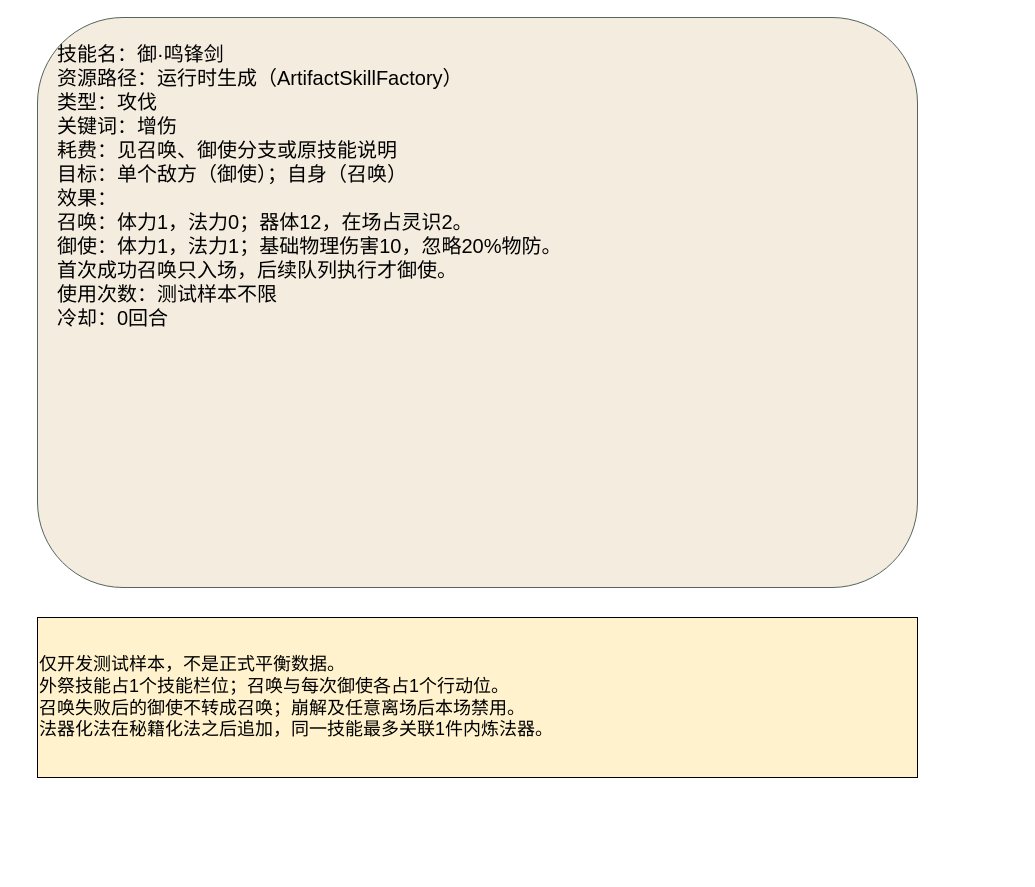
Earlier version of the draw.io diagram page "御·鸣锋剑" (1 of 2) of docs/卡牌词典/法器测试/御鸣锋剑.drawio (ankundanetracyc-spec/tian-guan-you-du). Source tidied: cells renumbered, new cells numbered last; positions are measured from the earlier drawing's top-left corner, leaving out a move shared by most shapes. Both pictures are drawn from the tidied source at 100%, with x=0, y=0 at pixel (37, 17).
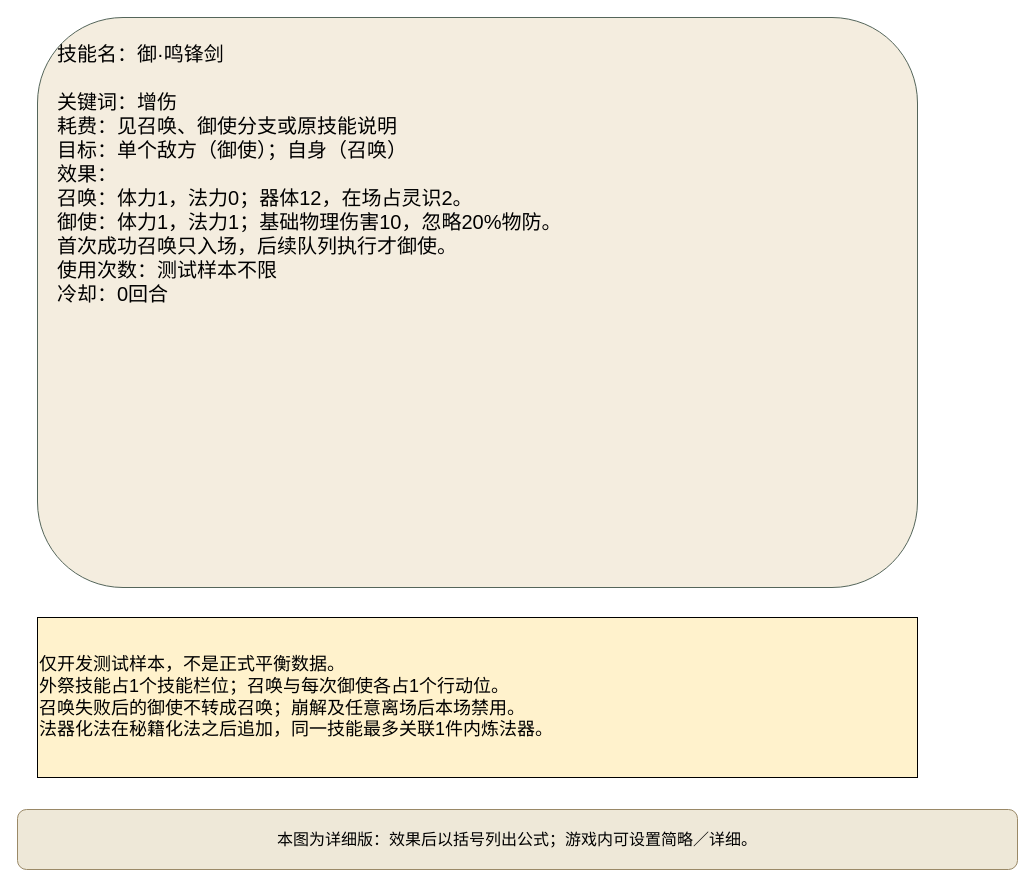
Above is the later version.

The edit, as a diff of the source:
```diff
@@
 <mxGraphModel>
   <root>
     <mxCell id="0" />
     <mxCell id="1" parent="0" />
-    <mxCell id="2" value="技能名：御·鸣锋剑&#10;资源路径：运行时生成（ArtifactSkillFactory）&#10;类型：攻伐&#10;关键词：增伤&#10;耗费：见召唤、御使分支或原技能说明&#10;目标：单个敌方（御使）；自身（召唤）&#10;效果：&#10;召唤：体力1，法力0；器体12，在场占灵识2。&#10;御使：体力1，法力1；基础物理伤害10，忽略20%物防。&#10;首次成功召唤只入场，后续队列执行才御使。&#10;使用次数：测试样本不限&#10;冷却：0回合" style="rounded=1;whiteSpace=wrap;html=0;align=left;verticalAlign=top;spacing=20;fontSize=20;fillColor=#f4eddf;strokeColor=#54655a;" parent="1" vertex="1">
+    <mxCell id="2" value="技能名：御·鸣锋剑&#10;&#10;关键词：增伤&#10;耗费：见召唤、御使分支或原技能说明&#10;目标：单个敌方（御使）；自身（召唤）&#10;效果：&#10;召唤：体力1，法力0；器体12，在场占灵识2。&#10;御使：体力1，法力1；基础物理伤害10，忽略20%物防。&#10;首次成功召唤只入场，后续队列执行才御使。&#10;使用次数：测试样本不限&#10;冷却：0回合" style="rounded=1;whiteSpace=wrap;html=0;align=left;verticalAlign=top;spacing=20;fontSize=20;fillColor=#f4eddf;strokeColor=#54655a;" parent="1" vertex="1">
       <mxGeometry width="880" height="570" as="geometry" />
     </mxCell>
     <mxCell id="3" value="仅开发测试样本，不是正式平衡数据。&#10;外祭技能占1个技能栏位；召唤与每次御使各占1个行动位。&#10;召唤失败后的御使不转成召唤；崩解及任意离场后本场禁用。&#10;法器化法在秘籍化法之后追加，同一技能最多关联1件内炼法器。" style="whiteSpace=wrap;html=0;align=left;fontSize=18;fillColor=#fff2cc;" parent="1" vertex="1">
       <mxGeometry y="600" width="880" height="160" as="geometry" />
     </mxCell>
+    <mxCell id="4" value="本图为详细版：效果后以括号列出公式；游戏内可设置简略／详细。" style="rounded=1;whiteSpace=wrap;html=1;fillColor=#eee8d8;strokeColor=#9a8967;fontSize=16;" parent="1" vertex="1">
+      <mxGeometry x="-20" y="792" width="1000" height="60" as="geometry" />
+    </mxCell>
   </root>
 </mxGraphModel>
```
